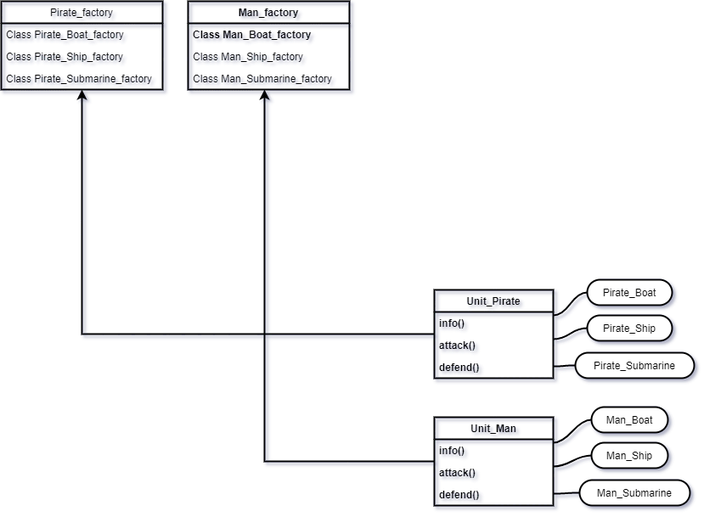
Earlier version of the draw.io export Untitled Diagram.png (ArsenMalkh/ArsenMalkh). Source tidied: cells renumbered, new cells last; positions are measured from the earlier drawing's top-left corner, leaving out a move shared by most shapes.
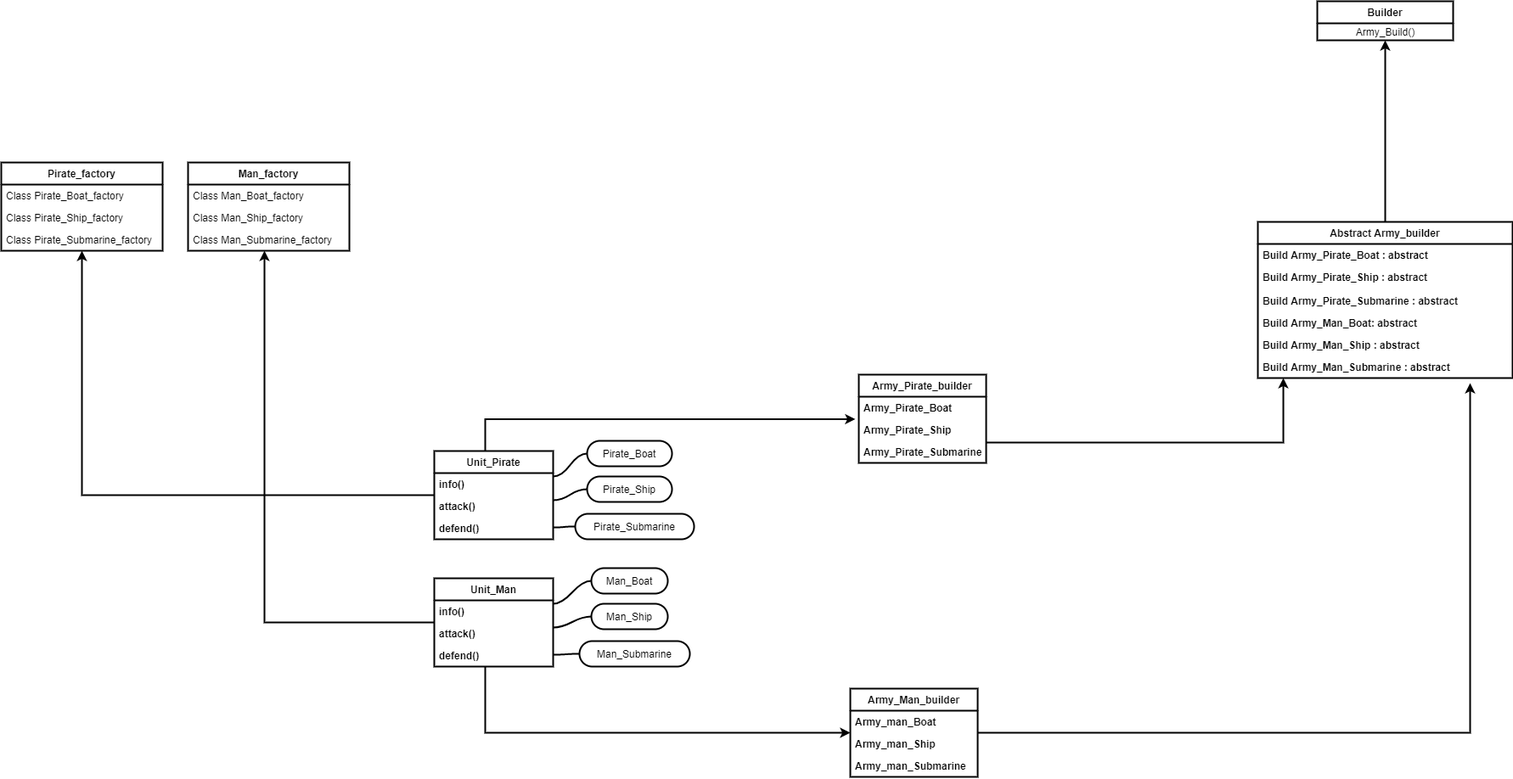
The same diagram one commit later.

What changed in the source:
```diff
@@ -1,11 +1,11 @@
-<mxGraphModel shadow="1">
+<mxGraphModel background="#ffffff">
   <root>
     <mxCell id="0" />
     <mxCell id="1" parent="0" />
     <mxCell id="2" style="edgeStyle=orthogonalEdgeStyle;rounded=0;jettySize=auto;html=1;strokeWidth=2;" parent="1" edge="1" source="11" target="3">
       <mxGeometry relative="1" as="geometry" />
     </mxCell>
-    <mxCell id="3" value="Pirate_factory" style="swimlane;fontStyle=0;horizontal=1;startSize=26;fillColor=none;strokeWidth=2;" parent="1" vertex="1">
+    <mxCell id="3" value="Pirate_factory" style="swimlane;fontStyle=1;horizontal=1;startSize=26;fillColor=none;strokeWidth=2;" parent="1" vertex="1">
       <mxGeometry width="190" height="104" as="geometry" />
     </mxCell>
     <mxCell id="4" value="Class Pirate_Boat_factory&#10;" style="text;strokeColor=none;fillColor=none;align=left;verticalAlign=top;spacingLeft=4;spacingRight=4;overflow=hidden;strokeWidth=2;" parent="3" vertex="1">
@@ -20,7 +20,7 @@
     <mxCell id="7" value="Man_factory" style="swimlane;fontStyle=1;horizontal=1;startSize=26;fillColor=none;strokeWidth=2;" parent="1" vertex="1">
       <mxGeometry x="220" width="190" height="104" as="geometry" />
     </mxCell>
-    <mxCell id="8" value="Class Man_Boat_factory&#10;" style="text;strokeColor=none;fillColor=none;align=left;verticalAlign=top;spacingLeft=4;spacingRight=4;overflow=hidden;strokeWidth=2;fontStyle=1;" parent="7" vertex="1">
+    <mxCell id="8" value="Class Man_Boat_factory&#10;" style="text;strokeColor=none;fillColor=none;align=left;verticalAlign=top;spacingLeft=4;spacingRight=4;overflow=hidden;strokeWidth=2;fontStyle=0;" parent="7" vertex="1">
       <mxGeometry y="26" width="190" height="26" as="geometry" />
     </mxCell>
     <mxCell id="9" value="Class Man_Ship_factory" style="text;strokeColor=none;fillColor=none;align=left;verticalAlign=top;spacingLeft=4;spacingRight=4;overflow=hidden;strokeWidth=2;" parent="7" vertex="1">
@@ -29,6 +29,19 @@
     <mxCell id="10" value="Class Man_Submarine_factory" style="text;strokeColor=none;fillColor=none;align=left;verticalAlign=top;spacingLeft=4;spacingRight=4;overflow=hidden;strokeWidth=2;" parent="7" vertex="1">
       <mxGeometry y="78" width="190" height="26" as="geometry" />
     </mxCell>
+    <mxCell id="32" style="edgeStyle=orthogonalEdgeStyle;rounded=0;jettySize=auto;html=1;strokeWidth=2;entryX=-0.027;entryY=0.016;entryDx=0;entryDy=0;entryPerimeter=0;" parent="1" edge="1" source="11" target="44">
+      <mxGeometry relative="1" as="geometry">
+        <Array as="points">
+          <mxPoint x="570" y="302" />
+        </Array>
+      </mxGeometry>
+    </mxCell>
+    <mxCell id="33" value="Builder" style="swimlane;fontStyle=1;horizontal=1;startSize=26;fillColor=none;strokeWidth=2;" parent="1" vertex="1">
+      <mxGeometry x="1550" y="-190" width="160" height="46" as="geometry" />
+    </mxCell>
+    <mxCell id="34" value="Army_Build()" style="text;html=1;align=center;verticalAlign=middle;" parent="33" vertex="1">
+      <mxGeometry y="26" width="160" height="20" as="geometry" />
+    </mxCell>
     <mxCell id="11" value="Unit_Pirate" style="swimlane;fontStyle=1;horizontal=1;startSize=26;fillColor=none;strokeWidth=2;" parent="1" vertex="1">
       <mxGeometry x="510" y="340" width="140" height="104" as="geometry" />
     </mxCell>
@@ -46,6 +59,14 @@
         <mxPoint x="310" y="104" as="targetPoint" />
       </mxGeometry>
     </mxCell>
+    <mxCell id="35" style="edgeStyle=orthogonalEdgeStyle;rounded=0;jettySize=auto;html=1;strokeWidth=2;" parent="1" edge="1" source="16" target="37">
+      <mxGeometry relative="1" as="geometry">
+        <Array as="points">
+          <mxPoint x="570" y="672" />
+          <mxPoint x="660" y="672" />
+        </Array>
+      </mxGeometry>
+    </mxCell>
     <mxCell id="16" value="Unit_Man" style="swimlane;fontStyle=1;horizontal=1;startSize=26;fillColor=none;strokeWidth=2;" parent="1" vertex="1">
       <mxGeometry x="510" y="490" width="140" height="104" as="geometry" />
     </mxCell>
@@ -106,5 +127,65 @@
         <mxPoint x="650" y="580" as="sourcePoint" />
       </mxGeometry>
     </mxCell>
+    <mxCell id="36" style="edgeStyle=orthogonalEdgeStyle;rounded=0;jettySize=auto;html=1;strokeWidth=2;" parent="1" edge="1" source="37">
+      <mxGeometry relative="1" as="geometry">
+        <mxPoint x="1730" y="260" as="targetPoint" />
+      </mxGeometry>
+    </mxCell>
+    <mxCell id="37" value="Army_Man_builder" style="swimlane;fontStyle=1;horizontal=1;startSize=26;fillColor=none;strokeWidth=2;" parent="1" vertex="1">
+      <mxGeometry x="1000" y="620" width="150" height="104" as="geometry" />
+    </mxCell>
+    <mxCell id="38" value="Army_man_Boat" style="text;strokeColor=none;fillColor=none;align=left;verticalAlign=top;spacingLeft=4;spacingRight=4;overflow=hidden;strokeWidth=2;fontStyle=1;" parent="37" vertex="1">
+      <mxGeometry y="26" width="150" height="26" as="geometry" />
+    </mxCell>
+    <mxCell id="39" value="Army_man_Ship" style="text;strokeColor=none;fillColor=none;align=left;verticalAlign=top;spacingLeft=4;spacingRight=4;overflow=hidden;strokeWidth=2;fontStyle=1;" parent="37" vertex="1">
+      <mxGeometry y="52" width="150" height="26" as="geometry" />
+    </mxCell>
+    <mxCell id="40" value="Army_man_Submarine" style="text;strokeColor=none;fillColor=none;align=left;verticalAlign=top;spacingLeft=4;spacingRight=4;overflow=hidden;strokeWidth=2;fontStyle=1;" parent="37" vertex="1">
+      <mxGeometry y="78" width="150" height="26" as="geometry" />
+    </mxCell>
+    <mxCell id="41" style="edgeStyle=orthogonalEdgeStyle;rounded=0;jettySize=auto;html=1;strokeWidth=2;" parent="1" edge="1" source="42" target="47">
+      <mxGeometry relative="1" as="geometry">
+        <Array as="points">
+          <mxPoint x="1510" y="330" />
+        </Array>
+      </mxGeometry>
+    </mxCell>
+    <mxCell id="42" value="Army_Pirate_builder" style="swimlane;fontStyle=1;horizontal=1;startSize=26;fillColor=none;strokeWidth=2;" parent="1" vertex="1">
+      <mxGeometry x="1010" y="250" width="150" height="104" as="geometry" />
+    </mxCell>
+    <mxCell id="43" value="Army_Pirate_Boat" style="text;strokeColor=none;fillColor=none;align=left;verticalAlign=top;spacingLeft=4;spacingRight=4;overflow=hidden;strokeWidth=2;fontStyle=1;" parent="42" vertex="1">
+      <mxGeometry y="26" width="150" height="26" as="geometry" />
+    </mxCell>
+    <mxCell id="44" value="Army_Pirate_Ship" style="text;strokeColor=none;fillColor=none;align=left;verticalAlign=top;spacingLeft=4;spacingRight=4;overflow=hidden;points=[[0,0.5],[1,0.5]];portConstraint=eastwest;strokeWidth=2;fontStyle=1;" parent="42" vertex="1">
+      <mxGeometry y="52" width="150" height="26" as="geometry" />
+    </mxCell>
+    <mxCell id="45" value="Army_Pirate_Submarine" style="text;strokeColor=none;fillColor=none;align=left;verticalAlign=top;spacingLeft=4;spacingRight=4;overflow=hidden;strokeWidth=2;fontStyle=1;" parent="42" vertex="1">
+      <mxGeometry y="78" width="150" height="26" as="geometry" />
+    </mxCell>
+    <mxCell id="46" style="edgeStyle=orthogonalEdgeStyle;rounded=0;jettySize=auto;html=1;strokeWidth=2;" parent="1" edge="1" source="47" target="33">
+      <mxGeometry relative="1" as="geometry" />
+    </mxCell>
+    <mxCell id="47" value="Abstract Army_builder" style="swimlane;fontStyle=1;horizontal=1;startSize=26;fillColor=none;strokeWidth=2;" parent="1" vertex="1">
+      <mxGeometry x="1480" y="70" width="300" height="184" as="geometry" />
+    </mxCell>
+    <mxCell id="48" value="Build Army_Pirate_Boat : abstract" style="text;strokeColor=none;fillColor=none;align=left;verticalAlign=top;spacingLeft=4;spacingRight=4;overflow=hidden;strokeWidth=2;fontStyle=1;" parent="47" vertex="1">
+      <mxGeometry y="26" width="300" height="26" as="geometry" />
+    </mxCell>
+    <mxCell id="49" value="Build Army_Pirate_Ship : abstract" style="text;strokeColor=none;fillColor=none;align=left;verticalAlign=top;spacingLeft=4;spacingRight=4;overflow=hidden;strokeWidth=2;fontStyle=1;" parent="47" vertex="1">
+      <mxGeometry y="52" width="300" height="28" as="geometry" />
+    </mxCell>
+    <mxCell id="50" value="Build Army_Pirate_Submarine : abstract" style="text;strokeColor=none;fillColor=none;align=left;verticalAlign=top;spacingLeft=4;spacingRight=4;overflow=hidden;strokeWidth=2;fontStyle=1;" parent="47" vertex="1">
+      <mxGeometry y="80" width="300" height="26" as="geometry" />
+    </mxCell>
+    <mxCell id="51" value="Build Army_Man_Boat: abstract" style="text;strokeColor=none;fillColor=none;align=left;verticalAlign=top;spacingLeft=4;spacingRight=4;overflow=hidden;strokeWidth=2;fontStyle=1;" parent="47" vertex="1">
+      <mxGeometry y="106" width="300" height="26" as="geometry" />
+    </mxCell>
+    <mxCell id="52" value="Build Army_Man_Ship : abstract" style="text;strokeColor=none;fillColor=none;align=left;verticalAlign=top;spacingLeft=4;spacingRight=4;overflow=hidden;strokeWidth=2;fontStyle=1;" parent="47" vertex="1">
+      <mxGeometry y="132" width="300" height="26" as="geometry" />
+    </mxCell>
+    <mxCell id="53" value="Build Army_Man_Submarine : abstract" style="text;strokeColor=none;fillColor=none;align=left;verticalAlign=top;spacingLeft=4;spacingRight=4;overflow=hidden;strokeWidth=2;fontStyle=1;" parent="47" vertex="1">
+      <mxGeometry y="158" width="300" height="26" as="geometry" />
+    </mxCell>
   </root>
 </mxGraphModel>
```
